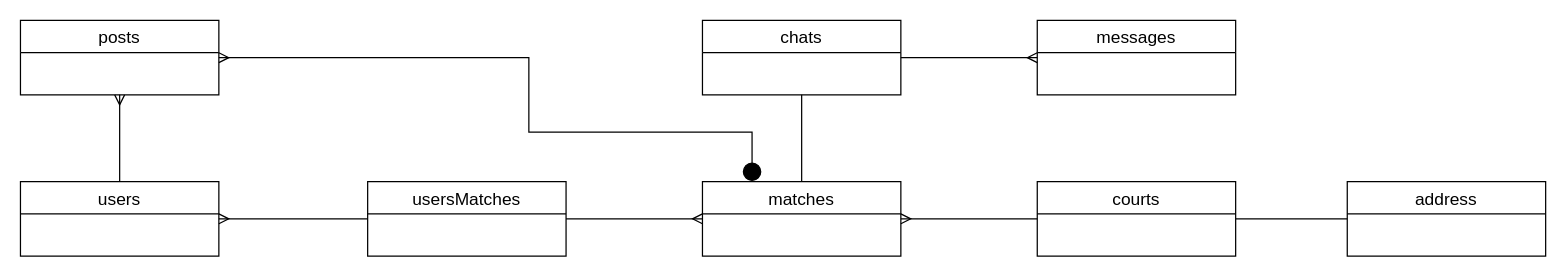
The draw.io diagram app/src/main/java/com/reis/vinicius/vempraquadra/model/DataModel.drawio in padm-2022-q1/Vem-Pra-Quadra, before the edit. Source tidied: cells renumbered, new cells numbered last; positions are measured from the earlier drawing's top-left corner, leaving out a move shared by most shapes. Both pictures are drawn from the tidied source at 124%, with x=0, y=0 at pixel (20, 20).
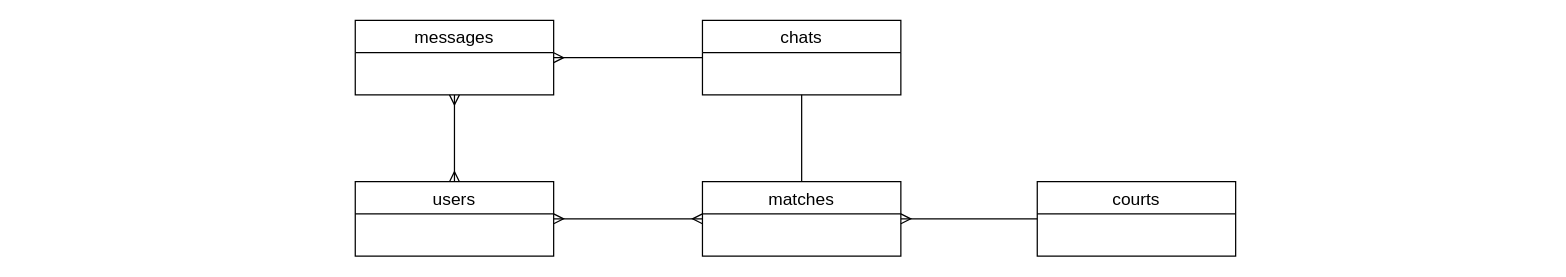
Above is the later version.

The edit, as a diff of the source:
```diff
@@
 <mxGraphModel>
   <root>
     <mxCell id="0" />
     <mxCell id="1" parent="0" />
-    <mxCell id="2" style="edgeStyle=orthogonalEdgeStyle;rounded=0;jettySize=auto;html=1;entryX=0.5;entryY=1;entryDx=0;entryDy=0;startArrow=none;startFill=0;endArrow=ERmany;endFill=0;" parent="1" edge="1" source="3" target="13">
-      <mxGeometry relative="1" as="geometry" />
-    </mxCell>
+    <mxCell id="18" style="edgeStyle=orthogonalEdgeStyle;rounded=0;jettySize=auto;html=1;exitX=1;exitY=0.5;exitDx=0;exitDy=0;entryX=0;entryY=0.5;entryDx=0;entryDy=0;endArrow=ERmany;endFill=0;startArrow=ERmany;startFill=0;" parent="1" edge="1" source="3" target="6">
+      <mxGeometry relative="1" as="geometry" />
+    </mxCell>
     <mxCell id="3" value="users" style="swimlane;fontStyle=0;horizontal=1;startSize=26;align=center;fontSize=14;" parent="1" vertex="1">
-      <mxGeometry y="130" width="160" height="60" as="geometry" />
+      <mxGeometry x="270" y="130" width="160" height="60" as="geometry" />
     </mxCell>
     <mxCell id="4" style="edgeStyle=orthogonalEdgeStyle;rounded=0;jettySize=auto;html=1;entryX=0.5;entryY=1;entryDx=0;entryDy=0;startArrow=none;startFill=0;endArrow=none;endFill=0;" parent="1" edge="1" source="6" target="12">
       <mxGeometry relative="1" as="geometry" />
     </mxCell>
-    <mxCell id="5" style="edgeStyle=orthogonalEdgeStyle;rounded=0;jettySize=auto;html=1;exitX=0.25;exitY=0;exitDx=0;exitDy=0;entryX=1;entryY=0.5;entryDx=0;entryDy=0;endArrow=ERmany;endFill=0;startArrow=circle;startFill=1;" parent="1" edge="1" source="6" target="13">
-      <mxGeometry relative="1" as="geometry">
-        <Array as="points">
-          <mxPoint x="590" y="90" />
-          <mxPoint x="410" y="90" />
-          <mxPoint x="410" y="30" />
-        </Array>
-      </mxGeometry>
-    </mxCell>
     <mxCell id="6" value="matches" style="swimlane;fontStyle=0;horizontal=1;startSize=26;align=center;fontSize=14;" parent="1" vertex="1">
       <mxGeometry x="550" y="130" width="160" height="60" as="geometry" />
     </mxCell>
     <mxCell id="7" style="edgeStyle=orthogonalEdgeStyle;rounded=0;jettySize=auto;html=1;entryX=1;entryY=0.5;entryDx=0;entryDy=0;startArrow=none;startFill=0;endArrow=ERmany;endFill=0;" parent="1" edge="1" source="9" target="6">
       <mxGeometry relative="1" as="geometry" />
     </mxCell>
-    <mxCell id="8" style="edgeStyle=orthogonalEdgeStyle;rounded=0;jettySize=auto;html=1;exitX=1;exitY=0.5;exitDx=0;exitDy=0;entryX=0;entryY=0.5;entryDx=0;entryDy=0;startArrow=none;startFill=0;endArrow=none;endFill=0;" parent="1" edge="1" source="9" target="17">
-      <mxGeometry relative="1" as="geometry" />
-    </mxCell>
     <mxCell id="9" value="courts" style="swimlane;fontStyle=0;horizontal=1;startSize=26;align=center;fontSize=14;" parent="1" vertex="1">
       <mxGeometry x="820" y="130" width="160" height="60" as="geometry" />
     </mxCell>
+    <mxCell id="19" style="edgeStyle=orthogonalEdgeStyle;rounded=0;jettySize=auto;html=1;exitX=0.5;exitY=1;exitDx=0;exitDy=0;entryX=0.5;entryY=0;entryDx=0;entryDy=0;startArrow=ERmany;startFill=0;endArrow=ERmany;endFill=0;" parent="1" edge="1" source="10" target="3">
+      <mxGeometry relative="1" as="geometry" />
+    </mxCell>
     <mxCell id="10" value="messages" style="swimlane;fontStyle=0;horizontal=1;startSize=26;align=center;fontSize=14;" parent="1" vertex="1">
-      <mxGeometry x="820" width="160" height="60" as="geometry" />
+      <mxGeometry x="270" width="160" height="60" as="geometry" />
     </mxCell>
-    <mxCell id="11" style="edgeStyle=orthogonalEdgeStyle;rounded=0;jettySize=auto;html=1;entryX=0;entryY=0.5;entryDx=0;entryDy=0;startArrow=none;startFill=0;endArrow=ERmany;endFill=0;" parent="1" edge="1" source="12" target="10">
+    <mxCell id="11" style="edgeStyle=orthogonalEdgeStyle;rounded=0;jettySize=auto;html=1;entryX=1;entryY=0.5;entryDx=0;entryDy=0;startArrow=none;startFill=0;endArrow=ERmany;endFill=0;" parent="1" edge="1" source="12" target="10">
       <mxGeometry relative="1" as="geometry" />
     </mxCell>
     <mxCell id="12" value="chats" style="swimlane;fontStyle=0;horizontal=1;startSize=26;align=center;fontSize=14;" parent="1" vertex="1">
       <mxGeometry x="550" width="160" height="60" as="geometry" />
     </mxCell>
-    <mxCell id="13" value="posts" style="swimlane;fontStyle=0;horizontal=1;startSize=26;align=center;fontSize=14;" parent="1" vertex="1">
-      <mxGeometry width="160" height="60" as="geometry" />
-    </mxCell>
-    <mxCell id="14" style="edgeStyle=orthogonalEdgeStyle;rounded=0;jettySize=auto;html=1;exitX=1;exitY=0.5;exitDx=0;exitDy=0;entryX=0;entryY=0.5;entryDx=0;entryDy=0;startArrow=none;startFill=0;endArrow=ERmany;endFill=0;" parent="1" edge="1" source="16" target="6">
-      <mxGeometry relative="1" as="geometry" />
-    </mxCell>
-    <mxCell id="15" style="edgeStyle=orthogonalEdgeStyle;rounded=0;jettySize=auto;html=1;exitX=0;exitY=0.5;exitDx=0;exitDy=0;entryX=1;entryY=0.5;entryDx=0;entryDy=0;startArrow=none;startFill=0;endArrow=ERmany;endFill=0;" parent="1" edge="1" source="16" target="3">
-      <mxGeometry relative="1" as="geometry" />
-    </mxCell>
-    <mxCell id="16" value="usersMatches" style="swimlane;fontStyle=0;horizontal=1;startSize=26;align=center;fontSize=14;" parent="1" vertex="1">
-      <mxGeometry x="280" y="130" width="160" height="60" as="geometry" />
-    </mxCell>
-    <mxCell id="17" value="address" style="swimlane;fontStyle=0;horizontal=1;startSize=26;align=center;fontSize=14;" parent="1" vertex="1">
-      <mxGeometry x="1070" y="130" width="160" height="60" as="geometry" />
-    </mxCell>
   </root>
 </mxGraphModel>
```
